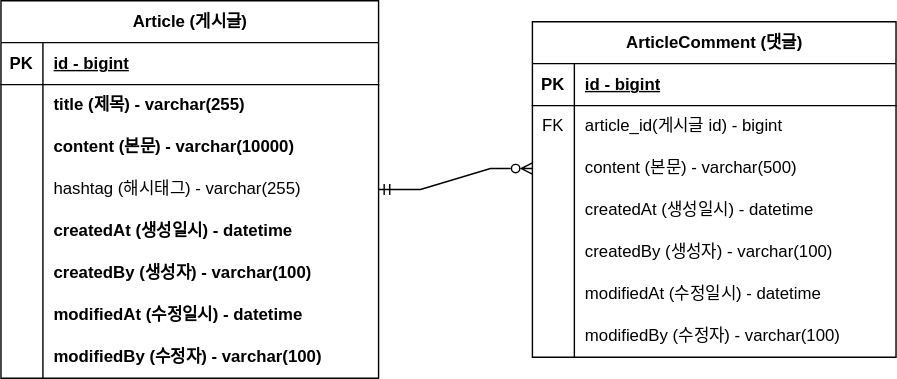
Earlier version of the draw.io export document/project-board-erd.svg (jy-hwang/fastcampus-project-board). Source tidied: cells renumbered, new cells last; positions are measured from the earlier drawing's top-left corner, leaving out a move shared by most shapes.
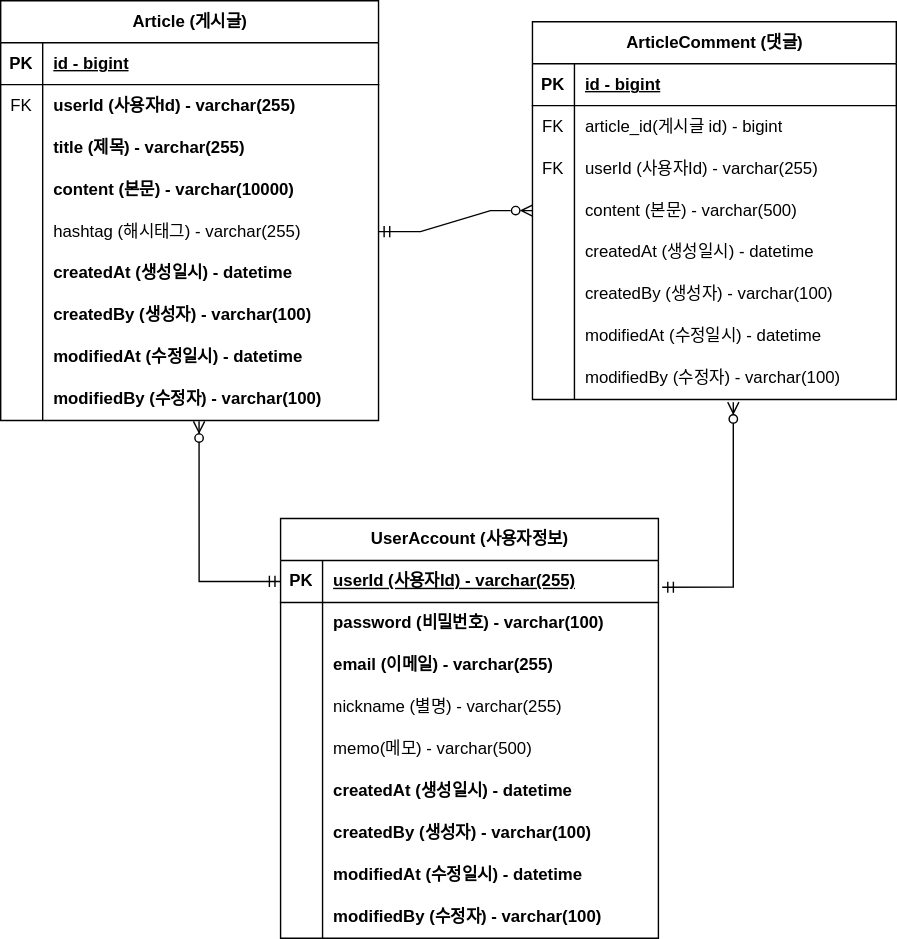
Above is the later version.

Commit message:
ERD Update - Added Table of UserAccount

The edit, as a diff of the source:
```diff
@@ -3,7 +3,7 @@
     <mxCell id="0" />
     <mxCell id="1" parent="0" />
     <mxCell id="2" value="Article (게시글)" style="shape=table;startSize=30;rowLines=0;fontStyle=1;align=center;html=1;" parent="1" vertex="1">
-      <mxGeometry width="270" height="270" as="geometry" />
+      <mxGeometry width="270" height="300" as="geometry" />
     </mxCell>
     <mxCell id="3" style="shape=tableRow;horizontal=0;startSize=0;swimlaneHead=0;swimlaneBody=0;fillColor=none;top=0;left=0;right=0;bottom=1;" parent="2" vertex="1">
       <mxGeometry y="30" width="270" height="30" as="geometry" />
@@ -17,14 +17,23 @@
     <mxCell id="6" style="shape=tableRow;horizontal=0;startSize=0;swimlaneHead=0;swimlaneBody=0;fillColor=none;top=0;left=0;right=0;bottom=0;" parent="2" vertex="1">
       <mxGeometry y="60" width="270" height="30" as="geometry" />
     </mxCell>
-    <mxCell id="7" style="shape=partialRectangle;fillColor=none;top=0;left=0;bottom=0;right=0;overflow=hidden;whiteSpace=wrap;html=1;" parent="6" vertex="1">
+    <mxCell id="7" value="FK" style="shape=partialRectangle;fillColor=none;top=0;left=0;bottom=0;right=0;overflow=hidden;whiteSpace=wrap;html=1;" parent="6" vertex="1">
       <mxGeometry width="30" height="30" as="geometry" />
     </mxCell>
-    <mxCell id="8" value="title (제목) - varchar(255)" style="shape=partialRectangle;fillColor=none;top=0;left=0;bottom=0;right=0;align=left;spacingLeft=6;overflow=hidden;whiteSpace=wrap;html=1;fontStyle=1;" parent="6" vertex="1">
+    <mxCell id="8" value="userId (사용자Id) - varchar(255)" style="shape=partialRectangle;fillColor=none;top=0;left=0;bottom=0;right=0;align=left;spacingLeft=6;overflow=hidden;whiteSpace=wrap;html=1;fontStyle=1;" parent="6" vertex="1">
       <mxGeometry x="30" width="240" height="30" as="geometry" />
     </mxCell>
+    <mxCell id="50" style="shape=tableRow;horizontal=0;startSize=0;swimlaneHead=0;swimlaneBody=0;fillColor=none;top=0;left=0;right=0;bottom=0;" parent="2" vertex="1">
+      <mxGeometry y="90" width="270" height="30" as="geometry" />
+    </mxCell>
+    <mxCell id="51" style="shape=partialRectangle;fillColor=none;top=0;left=0;bottom=0;right=0;overflow=hidden;whiteSpace=wrap;html=1;" parent="50" vertex="1">
+      <mxGeometry width="30" height="30" as="geometry" />
+    </mxCell>
+    <mxCell id="52" value="title (제목) - varchar(255)" style="shape=partialRectangle;fillColor=none;top=0;left=0;bottom=0;right=0;align=left;spacingLeft=6;overflow=hidden;whiteSpace=wrap;html=1;fontStyle=1;" parent="50" vertex="1">
+      <mxGeometry x="30" width="240" height="30" as="geometry" />
+    </mxCell>
     <mxCell id="9" style="shape=tableRow;horizontal=0;startSize=0;swimlaneHead=0;swimlaneBody=0;fillColor=none;top=0;left=0;right=0;bottom=0;" parent="2" vertex="1">
-      <mxGeometry y="90" width="270" height="30" as="geometry" />
+      <mxGeometry y="120" width="270" height="30" as="geometry" />
     </mxCell>
     <mxCell id="10" style="shape=partialRectangle;fillColor=none;top=0;left=0;bottom=0;right=0;overflow=hidden;whiteSpace=wrap;html=1;" parent="9" vertex="1">
       <mxGeometry width="30" height="30" as="geometry" />
@@ -33,7 +42,7 @@
       <mxGeometry x="30" width="240" height="30" as="geometry" />
     </mxCell>
     <mxCell id="12" style="shape=tableRow;horizontal=0;startSize=0;swimlaneHead=0;swimlaneBody=0;fillColor=none;points=[[0,0.5],[1,0.5]];portConstraint=eastwest;top=0;left=0;right=0;bottom=0;" parent="2" vertex="1">
-      <mxGeometry y="120" width="270" height="30" as="geometry" />
+      <mxGeometry y="150" width="270" height="30" as="geometry" />
     </mxCell>
     <mxCell id="13" style="shape=partialRectangle;fillColor=none;top=0;left=0;bottom=0;right=0;overflow=hidden;whiteSpace=wrap;html=1;" parent="12" vertex="1">
       <mxGeometry width="30" height="30" as="geometry" />
@@ -42,7 +51,7 @@
       <mxGeometry x="30" width="240" height="30" as="geometry" />
     </mxCell>
     <mxCell id="15" style="shape=tableRow;horizontal=0;startSize=0;swimlaneHead=0;swimlaneBody=0;fillColor=none;top=0;left=0;right=0;bottom=0;" parent="2" vertex="1">
-      <mxGeometry y="150" width="270" height="30" as="geometry" />
+      <mxGeometry y="180" width="270" height="30" as="geometry" />
     </mxCell>
     <mxCell id="16" style="shape=partialRectangle;fillColor=none;top=0;left=0;bottom=0;right=0;overflow=hidden;whiteSpace=wrap;html=1;" parent="15" vertex="1">
       <mxGeometry width="30" height="30" as="geometry" />
@@ -51,7 +60,7 @@
       <mxGeometry x="30" width="240" height="30" as="geometry" />
     </mxCell>
     <mxCell id="18" style="shape=tableRow;horizontal=0;startSize=0;swimlaneHead=0;swimlaneBody=0;fillColor=none;top=0;left=0;right=0;bottom=0;" parent="2" vertex="1">
-      <mxGeometry y="180" width="270" height="30" as="geometry" />
+      <mxGeometry y="210" width="270" height="30" as="geometry" />
     </mxCell>
     <mxCell id="19" style="shape=partialRectangle;fillColor=none;top=0;left=0;bottom=0;right=0;overflow=hidden;whiteSpace=wrap;html=1;" parent="18" vertex="1">
       <mxGeometry width="30" height="30" as="geometry" />
@@ -60,7 +69,7 @@
       <mxGeometry x="30" width="240" height="30" as="geometry" />
     </mxCell>
     <mxCell id="21" style="shape=tableRow;horizontal=0;startSize=0;swimlaneHead=0;swimlaneBody=0;fillColor=none;top=0;left=0;right=0;bottom=0;" parent="2" vertex="1">
-      <mxGeometry y="210" width="270" height="30" as="geometry" />
+      <mxGeometry y="240" width="270" height="30" as="geometry" />
     </mxCell>
     <mxCell id="22" style="shape=partialRectangle;fillColor=none;top=0;left=0;bottom=0;right=0;overflow=hidden;whiteSpace=wrap;html=1;" parent="21" vertex="1">
       <mxGeometry width="30" height="30" as="geometry" />
@@ -69,7 +78,7 @@
       <mxGeometry x="30" width="240" height="30" as="geometry" />
     </mxCell>
     <mxCell id="24" style="shape=tableRow;horizontal=0;startSize=0;swimlaneHead=0;swimlaneBody=0;fillColor=none;points=[[0,0.5],[1,0.5]];portConstraint=eastwest;top=0;left=0;right=0;bottom=0;" parent="2" vertex="1">
-      <mxGeometry y="240" width="270" height="30" as="geometry" />
+      <mxGeometry y="270" width="270" height="30" as="geometry" />
     </mxCell>
     <mxCell id="25" style="shape=partialRectangle;fillColor=none;top=0;left=0;bottom=0;right=0;overflow=hidden;whiteSpace=wrap;html=1;" parent="24" vertex="1">
       <mxGeometry width="30" height="30" as="geometry" />
@@ -78,7 +87,7 @@
       <mxGeometry x="30" width="240" height="30" as="geometry" />
     </mxCell>
     <mxCell id="27" value="ArticleComment (댓글)" style="shape=table;startSize=30;rowLines=0;fontStyle=1;align=center;html=1;" parent="1" vertex="1">
-      <mxGeometry x="380" y="15" width="260" height="240" as="geometry" />
+      <mxGeometry x="380" y="15" width="260" height="270" as="geometry" />
     </mxCell>
     <mxCell id="28" style="shape=tableRow;horizontal=0;startSize=0;swimlaneHead=0;swimlaneBody=0;fillColor=none;top=0;left=0;right=0;bottom=1;" parent="27" vertex="1">
       <mxGeometry y="30" width="260" height="30" as="geometry" />
@@ -98,8 +107,17 @@
     <mxCell id="33" value="article_id(게시글 id) - bigint" style="shape=partialRectangle;fillColor=none;top=0;left=0;bottom=0;right=0;align=left;spacingLeft=6;overflow=hidden;whiteSpace=wrap;html=1;" parent="31" vertex="1">
       <mxGeometry x="30" width="230" height="30" as="geometry" />
     </mxCell>
+    <mxCell id="53" style="shape=tableRow;horizontal=0;startSize=0;swimlaneHead=0;swimlaneBody=0;fillColor=none;top=0;left=0;right=0;bottom=0;" parent="27" vertex="1">
+      <mxGeometry y="90" width="260" height="30" as="geometry" />
+    </mxCell>
+    <mxCell id="54" value="FK" style="shape=partialRectangle;fillColor=none;top=0;left=0;bottom=0;right=0;overflow=hidden;whiteSpace=wrap;html=1;" parent="53" vertex="1">
+      <mxGeometry width="30" height="30" as="geometry" />
+    </mxCell>
+    <mxCell id="55" value="userId (사용자Id) - varchar(255)" style="shape=partialRectangle;fillColor=none;top=0;left=0;bottom=0;right=0;align=left;spacingLeft=6;overflow=hidden;whiteSpace=wrap;html=1;" parent="53" vertex="1">
+      <mxGeometry x="30" width="230" height="30" as="geometry" />
+    </mxCell>
     <mxCell id="34" style="shape=tableRow;horizontal=0;startSize=0;swimlaneHead=0;swimlaneBody=0;fillColor=none;points=[[0,0.5],[1,0.5]];portConstraint=eastwest;top=0;left=0;right=0;bottom=0;" parent="27" vertex="1">
-      <mxGeometry y="90" width="260" height="30" as="geometry" />
+      <mxGeometry y="120" width="260" height="30" as="geometry" />
     </mxCell>
     <mxCell id="35" style="shape=partialRectangle;fillColor=none;top=0;left=0;bottom=0;right=0;overflow=hidden;whiteSpace=wrap;html=1;" parent="34" vertex="1">
       <mxGeometry width="30" height="30" as="geometry" />
@@ -108,7 +126,7 @@
       <mxGeometry x="30" width="230" height="30" as="geometry" />
     </mxCell>
     <mxCell id="37" style="shape=tableRow;horizontal=0;startSize=0;swimlaneHead=0;swimlaneBody=0;fillColor=none;top=0;left=0;right=0;bottom=0;" parent="27" vertex="1">
-      <mxGeometry y="120" width="260" height="30" as="geometry" />
+      <mxGeometry y="150" width="260" height="30" as="geometry" />
     </mxCell>
     <mxCell id="38" style="shape=partialRectangle;fillColor=none;top=0;left=0;bottom=0;right=0;overflow=hidden;whiteSpace=wrap;html=1;" parent="37" vertex="1">
       <mxGeometry width="30" height="30" as="geometry" />
@@ -117,7 +135,7 @@
       <mxGeometry x="30" width="230" height="30" as="geometry" />
     </mxCell>
     <mxCell id="40" style="shape=tableRow;horizontal=0;startSize=0;swimlaneHead=0;swimlaneBody=0;fillColor=none;top=0;left=0;right=0;bottom=0;" parent="27" vertex="1">
-      <mxGeometry y="150" width="260" height="30" as="geometry" />
+      <mxGeometry y="180" width="260" height="30" as="geometry" />
     </mxCell>
     <mxCell id="41" style="shape=partialRectangle;fillColor=none;top=0;left=0;bottom=0;right=0;overflow=hidden;whiteSpace=wrap;html=1;" parent="40" vertex="1">
       <mxGeometry width="30" height="30" as="geometry" />
@@ -126,7 +144,7 @@
       <mxGeometry x="30" width="230" height="30" as="geometry" />
     </mxCell>
     <mxCell id="43" style="shape=tableRow;horizontal=0;startSize=0;swimlaneHead=0;swimlaneBody=0;fillColor=none;top=0;left=0;right=0;bottom=0;" parent="27" vertex="1">
-      <mxGeometry y="180" width="260" height="30" as="geometry" />
+      <mxGeometry y="210" width="260" height="30" as="geometry" />
     </mxCell>
     <mxCell id="44" style="shape=partialRectangle;fillColor=none;top=0;left=0;bottom=0;right=0;overflow=hidden;whiteSpace=wrap;html=1;" parent="43" vertex="1">
       <mxGeometry width="30" height="30" as="geometry" />
@@ -135,7 +153,7 @@
       <mxGeometry x="30" width="230" height="30" as="geometry" />
     </mxCell>
     <mxCell id="46" style="shape=tableRow;horizontal=0;startSize=0;swimlaneHead=0;swimlaneBody=0;fillColor=none;points=[[0,0.5],[1,0.5]];portConstraint=eastwest;top=0;left=0;right=0;bottom=0;" parent="27" vertex="1">
-      <mxGeometry y="210" width="260" height="30" as="geometry" />
+      <mxGeometry y="240" width="260" height="30" as="geometry" />
     </mxCell>
     <mxCell id="47" style="shape=partialRectangle;fillColor=none;top=0;left=0;bottom=0;right=0;overflow=hidden;whiteSpace=wrap;html=1;" parent="46" vertex="1">
       <mxGeometry width="30" height="30" as="geometry" />
@@ -146,5 +164,99 @@
     <mxCell id="49" style="edgeStyle=entityRelationEdgeStyle;fontSize=12;html=1;endArrow=ERzeroToMany;startArrow=ERmandOne;rounded=0;exitX=1;exitY=0.5;exitDx=0;exitDy=0;entryX=0;entryY=0.5;entryDx=0;entryDy=0;endFill=0;" parent="1" edge="1" source="12" target="34">
       <mxGeometry relative="1" as="geometry" />
     </mxCell>
+    <mxCell id="56" value="UserAccount (사용자정보)" style="shape=table;startSize=30;rowLines=0;fontStyle=1;align=center;html=1;" parent="1" vertex="1">
+      <mxGeometry x="200" y="370" width="270" height="300" as="geometry" />
+    </mxCell>
+    <mxCell id="57" style="shape=tableRow;horizontal=0;startSize=0;swimlaneHead=0;swimlaneBody=0;fillColor=none;points=[[0,0.5],[1,0.5]];portConstraint=eastwest;top=0;left=0;right=0;bottom=1;" parent="56" vertex="1">
+      <mxGeometry y="30" width="270" height="30" as="geometry" />
+    </mxCell>
+    <mxCell id="58" value="PK" style="shape=partialRectangle;fillColor=none;top=0;left=0;bottom=0;right=0;fontStyle=1;overflow=hidden;whiteSpace=wrap;html=1;" parent="57" vertex="1">
+      <mxGeometry width="30" height="30" as="geometry" />
+    </mxCell>
+    <mxCell id="59" value="userId (사용자Id) - varchar(255)" style="shape=partialRectangle;fillColor=none;top=0;left=0;bottom=0;right=0;align=left;spacingLeft=6;fontStyle=5;overflow=hidden;whiteSpace=wrap;html=1;" parent="57" vertex="1">
+      <mxGeometry x="30" width="240" height="30" as="geometry" />
+    </mxCell>
+    <mxCell id="60" style="shape=tableRow;horizontal=0;startSize=0;swimlaneHead=0;swimlaneBody=0;fillColor=none;top=0;left=0;right=0;bottom=0;" parent="56" vertex="1">
+      <mxGeometry y="60" width="270" height="30" as="geometry" />
+    </mxCell>
+    <mxCell id="61" style="shape=partialRectangle;fillColor=none;top=0;left=0;bottom=0;right=0;overflow=hidden;whiteSpace=wrap;html=1;" parent="60" vertex="1">
+      <mxGeometry width="30" height="30" as="geometry" />
+    </mxCell>
+    <mxCell id="62" value="password (비밀번호) - varchar(100)" style="shape=partialRectangle;fillColor=none;top=0;left=0;bottom=0;right=0;align=left;spacingLeft=6;overflow=hidden;whiteSpace=wrap;html=1;fontStyle=1;" parent="60" vertex="1">
+      <mxGeometry x="30" width="240" height="30" as="geometry" />
+    </mxCell>
+    <mxCell id="63" style="shape=tableRow;horizontal=0;startSize=0;swimlaneHead=0;swimlaneBody=0;fillColor=none;top=0;left=0;right=0;bottom=0;" parent="56" vertex="1">
+      <mxGeometry y="90" width="270" height="30" as="geometry" />
+    </mxCell>
+    <mxCell id="64" style="shape=partialRectangle;fillColor=none;top=0;left=0;bottom=0;right=0;overflow=hidden;whiteSpace=wrap;html=1;" parent="63" vertex="1">
+      <mxGeometry width="30" height="30" as="geometry" />
+    </mxCell>
+    <mxCell id="65" value="email (이메일) - varchar(255)" style="shape=partialRectangle;fillColor=none;top=0;left=0;bottom=0;right=0;align=left;spacingLeft=6;overflow=hidden;whiteSpace=wrap;html=1;fontStyle=1;" parent="63" vertex="1">
+      <mxGeometry x="30" width="240" height="30" as="geometry" />
+    </mxCell>
+    <mxCell id="66" style="shape=tableRow;horizontal=0;startSize=0;swimlaneHead=0;swimlaneBody=0;fillColor=none;top=0;left=0;right=0;bottom=0;" parent="56" vertex="1">
+      <mxGeometry y="120" width="270" height="30" as="geometry" />
+    </mxCell>
+    <mxCell id="67" style="shape=partialRectangle;fillColor=none;top=0;left=0;bottom=0;right=0;overflow=hidden;whiteSpace=wrap;html=1;" parent="66" vertex="1">
+      <mxGeometry width="30" height="30" as="geometry" />
+    </mxCell>
+    <mxCell id="68" value="nickname (별명) - varchar(255)" style="shape=partialRectangle;fillColor=none;top=0;left=0;bottom=0;right=0;align=left;spacingLeft=6;overflow=hidden;whiteSpace=wrap;html=1;" parent="66" vertex="1">
+      <mxGeometry x="30" width="240" height="30" as="geometry" />
+    </mxCell>
+    <mxCell id="69" style="shape=tableRow;horizontal=0;startSize=0;swimlaneHead=0;swimlaneBody=0;fillColor=none;top=0;left=0;right=0;bottom=0;" parent="56" vertex="1">
+      <mxGeometry y="150" width="270" height="30" as="geometry" />
+    </mxCell>
+    <mxCell id="70" style="shape=partialRectangle;fillColor=none;top=0;left=0;bottom=0;right=0;overflow=hidden;whiteSpace=wrap;html=1;" parent="69" vertex="1">
+      <mxGeometry width="30" height="30" as="geometry" />
+    </mxCell>
+    <mxCell id="71" value="memo(메모) - varchar(500)" style="shape=partialRectangle;fillColor=none;top=0;left=0;bottom=0;right=0;align=left;spacingLeft=6;overflow=hidden;whiteSpace=wrap;html=1;" parent="69" vertex="1">
+      <mxGeometry x="30" width="240" height="30" as="geometry" />
+    </mxCell>
+    <mxCell id="72" style="shape=tableRow;horizontal=0;startSize=0;swimlaneHead=0;swimlaneBody=0;fillColor=none;top=0;left=0;right=0;bottom=0;" parent="56" vertex="1">
+      <mxGeometry y="180" width="270" height="30" as="geometry" />
+    </mxCell>
+    <mxCell id="73" style="shape=partialRectangle;fillColor=none;top=0;left=0;bottom=0;right=0;overflow=hidden;whiteSpace=wrap;html=1;" parent="72" vertex="1">
+      <mxGeometry width="30" height="30" as="geometry" />
+    </mxCell>
+    <mxCell id="74" value="createdAt (생성일시) - datetime" style="shape=partialRectangle;fillColor=none;top=0;left=0;bottom=0;right=0;align=left;spacingLeft=6;overflow=hidden;whiteSpace=wrap;html=1;fontStyle=1;" parent="72" vertex="1">
+      <mxGeometry x="30" width="240" height="30" as="geometry" />
+    </mxCell>
+    <mxCell id="75" style="shape=tableRow;horizontal=0;startSize=0;swimlaneHead=0;swimlaneBody=0;fillColor=none;top=0;left=0;right=0;bottom=0;" parent="56" vertex="1">
+      <mxGeometry y="210" width="270" height="30" as="geometry" />
+    </mxCell>
+    <mxCell id="76" style="shape=partialRectangle;fillColor=none;top=0;left=0;bottom=0;right=0;overflow=hidden;whiteSpace=wrap;html=1;" parent="75" vertex="1">
+      <mxGeometry width="30" height="30" as="geometry" />
+    </mxCell>
+    <mxCell id="77" value="createdBy (생성자) - varchar(100)" style="shape=partialRectangle;fillColor=none;top=0;left=0;bottom=0;right=0;align=left;spacingLeft=6;overflow=hidden;whiteSpace=wrap;html=1;fontStyle=1;" parent="75" vertex="1">
+      <mxGeometry x="30" width="240" height="30" as="geometry" />
+    </mxCell>
+    <mxCell id="78" style="shape=tableRow;horizontal=0;startSize=0;swimlaneHead=0;swimlaneBody=0;fillColor=none;top=0;left=0;right=0;bottom=0;" parent="56" vertex="1">
+      <mxGeometry y="240" width="270" height="30" as="geometry" />
+    </mxCell>
+    <mxCell id="79" style="shape=partialRectangle;fillColor=none;top=0;left=0;bottom=0;right=0;overflow=hidden;whiteSpace=wrap;html=1;" parent="78" vertex="1">
+      <mxGeometry width="30" height="30" as="geometry" />
+    </mxCell>
+    <mxCell id="80" value="modifiedAt (수정일시) - datetime" style="shape=partialRectangle;fillColor=none;top=0;left=0;bottom=0;right=0;align=left;spacingLeft=6;overflow=hidden;whiteSpace=wrap;html=1;fontStyle=1;" parent="78" vertex="1">
+      <mxGeometry x="30" width="240" height="30" as="geometry" />
+    </mxCell>
+    <mxCell id="81" style="shape=tableRow;horizontal=0;startSize=0;swimlaneHead=0;swimlaneBody=0;fillColor=none;top=0;left=0;right=0;bottom=0;" parent="56" vertex="1">
+      <mxGeometry y="270" width="270" height="30" as="geometry" />
+    </mxCell>
+    <mxCell id="82" style="shape=partialRectangle;fillColor=none;top=0;left=0;bottom=0;right=0;overflow=hidden;whiteSpace=wrap;html=1;" parent="81" vertex="1">
+      <mxGeometry width="30" height="30" as="geometry" />
+    </mxCell>
+    <mxCell id="83" value="modifiedBy (수정자) - varchar(100)" style="shape=partialRectangle;fillColor=none;top=0;left=0;bottom=0;right=0;align=left;spacingLeft=6;overflow=hidden;whiteSpace=wrap;html=1;fontStyle=1;" parent="81" vertex="1">
+      <mxGeometry x="30" width="240" height="30" as="geometry" />
+    </mxCell>
+    <mxCell id="84" style="edgeStyle=orthogonalEdgeStyle;fontSize=12;html=1;endArrow=ERzeroToMany;startArrow=ERmandOne;rounded=0;exitX=0;exitY=0.5;exitDx=0;exitDy=0;entryX=0.525;entryY=1.019;entryDx=0;entryDy=0;entryPerimeter=0;" parent="1" edge="1" source="57" target="24">
+      <mxGeometry relative="1" as="geometry" />
+    </mxCell>
+    <mxCell id="85" style="edgeStyle=orthogonalEdgeStyle;fontSize=12;html=1;endArrow=ERzeroToMany;startArrow=ERmandOne;rounded=0;exitX=1.01;exitY=0.638;exitDx=0;exitDy=0;entryX=0.552;entryY=1.062;entryDx=0;entryDy=0;entryPerimeter=0;exitPerimeter=0;" parent="1" edge="1" source="57" target="46">
+      <mxGeometry relative="1" as="geometry">
+        <Array as="points">
+          <mxPoint x="523" y="419" />
+        </Array>
+      </mxGeometry>
+    </mxCell>
   </root>
 </mxGraphModel>
```
